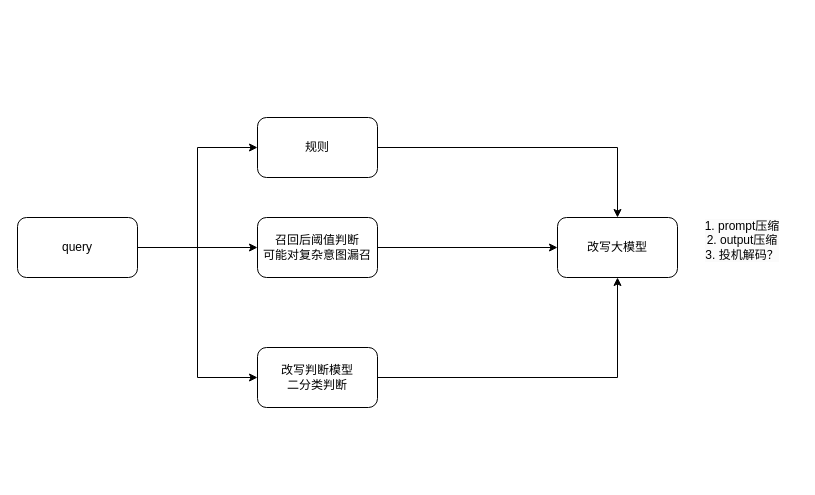
The draw.io diagram rag.drawio in xueyouluo/drawio-repo, before the edit. Source tidied: cells renumbered, new cells numbered last; positions are measured from the earlier drawing's top-left corner, leaving out a move shared by most shapes. Both pictures are drawn from the tidied source at 100%, with x=0, y=0 at pixel (17, 117).
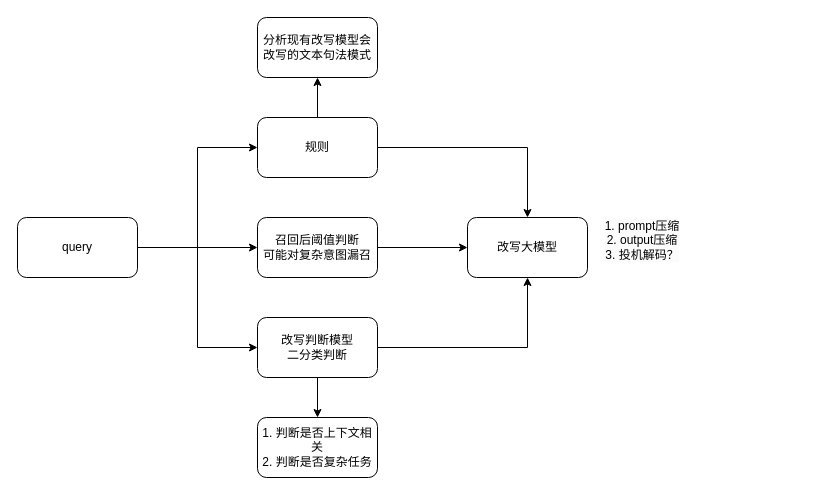
After the change.

Diff of the diagram source:
```diff
@@
 <mxGraphModel>
   <root>
     <mxCell id="0" />
     <mxCell id="1" parent="0" />
     <mxCell id="2" style="edgeStyle=orthogonalEdgeStyle;rounded=0;jettySize=auto;html=1;entryX=0;entryY=0.5;entryDx=0;entryDy=0;" parent="1" edge="1" source="5" target="8">
       <mxGeometry relative="1" as="geometry" />
     </mxCell>
     <mxCell id="3" style="edgeStyle=orthogonalEdgeStyle;rounded=0;jettySize=auto;html=1;" parent="1" edge="1" source="5" target="11">
       <mxGeometry relative="1" as="geometry" />
     </mxCell>
     <mxCell id="4" style="edgeStyle=orthogonalEdgeStyle;rounded=0;jettySize=auto;html=1;" parent="1" edge="1" source="5" target="13">
       <mxGeometry relative="1" as="geometry">
         <Array as="points">
           <mxPoint x="180" y="130" />
           <mxPoint x="180" y="30" />
         </Array>
       </mxGeometry>
     </mxCell>
     <mxCell id="5" value="query" style="rounded=1;whiteSpace=wrap;html=1;" parent="1" vertex="1">
       <mxGeometry y="100" width="120" height="60" as="geometry" />
     </mxCell>
     <mxCell id="6" value="改写大模型" style="whiteSpace=wrap;html=1;rounded=1;" parent="1" vertex="1">
-      <mxGeometry x="540" y="100" width="120" height="60" as="geometry" />
+      <mxGeometry x="450" y="100" width="120" height="60" as="geometry" />
     </mxCell>
     <mxCell id="7" style="edgeStyle=orthogonalEdgeStyle;rounded=0;jettySize=auto;html=1;entryX=0.5;entryY=1;entryDx=0;entryDy=0;" parent="1" edge="1" source="8" target="6">
       <mxGeometry relative="1" as="geometry" />
     </mxCell>
+    <mxCell id="14" style="edgeStyle=orthogonalEdgeStyle;rounded=0;jettySize=auto;html=1;" parent="1" edge="1" source="8" target="16">
+      <mxGeometry relative="1" as="geometry" />
+    </mxCell>
     <mxCell id="8" value="改写判断模型&lt;div&gt;二分类判断&lt;/div&gt;" style="rounded=1;whiteSpace=wrap;html=1;" parent="1" vertex="1">
-      <mxGeometry x="240" y="230" width="120" height="60" as="geometry" />
+      <mxGeometry x="240" y="200" width="120" height="60" as="geometry" />
     </mxCell>
     <mxCell id="9" value="&#10;&lt;span style=&quot;color: rgb(0, 0, 0); font-family: Helvetica; font-size: 12px; font-style: normal; font-variant-ligatures: normal; font-variant-caps: normal; font-weight: 400; letter-spacing: normal; orphans: 2; text-align: center; text-indent: 0px; text-transform: none; widows: 2; word-spacing: 0px; -webkit-text-stroke-width: 0px; white-space: normal; background-color: rgb(251, 251, 251); text-decoration-thickness: initial; text-decoration-style: initial; text-decoration-color: initial; display: inline !important; float: none;&quot;&gt;1. prompt压缩&lt;/span&gt;&lt;div style=&quot;forced-color-adjust: none; color: rgb(0, 0, 0); font-family: Helvetica; font-size: 12px; font-style: normal; font-variant-ligatures: normal; font-variant-caps: normal; font-weight: 400; letter-spacing: normal; orphans: 2; text-align: center; text-indent: 0px; text-transform: none; widows: 2; word-spacing: 0px; -webkit-text-stroke-width: 0px; white-space: normal; background-color: rgb(251, 251, 251); text-decoration-thickness: initial; text-decoration-style: initial; text-decoration-color: initial;&quot;&gt;2. output压缩&lt;/div&gt;&lt;div style=&quot;forced-color-adjust: none; color: rgb(0, 0, 0); font-family: Helvetica; font-size: 12px; font-style: normal; font-variant-ligatures: normal; font-variant-caps: normal; font-weight: 400; letter-spacing: normal; orphans: 2; text-align: center; text-indent: 0px; text-transform: none; widows: 2; word-spacing: 0px; -webkit-text-stroke-width: 0px; white-space: normal; background-color: rgb(251, 251, 251); text-decoration-thickness: initial; text-decoration-style: initial; text-decoration-color: initial;&quot;&gt;3. 投机解码？&lt;/div&gt;&#10;&#10;" style="text;html=1;align=center;verticalAlign=middle;whiteSpace=wrap;rounded=0;" parent="1" vertex="1">
-      <mxGeometry x="670" y="115" width="110" height="30" as="geometry" />
+      <mxGeometry x="570" y="115" width="110" height="30" as="geometry" />
     </mxCell>
     <mxCell id="10" style="edgeStyle=orthogonalEdgeStyle;rounded=0;jettySize=auto;html=1;" parent="1" edge="1" source="11" target="6">
       <mxGeometry relative="1" as="geometry" />
     </mxCell>
     <mxCell id="11" value="召回后阈值判断&lt;div&gt;可能对复杂意图漏召&lt;/div&gt;" style="rounded=1;whiteSpace=wrap;html=1;" parent="1" vertex="1">
       <mxGeometry x="240" y="100" width="120" height="60" as="geometry" />
     </mxCell>
     <mxCell id="12" style="edgeStyle=orthogonalEdgeStyle;rounded=0;jettySize=auto;html=1;" parent="1" edge="1" source="13" target="6">
       <mxGeometry relative="1" as="geometry" />
     </mxCell>
+    <mxCell id="15" style="edgeStyle=orthogonalEdgeStyle;rounded=0;jettySize=auto;html=1;" parent="1" edge="1" source="13" target="17">
+      <mxGeometry relative="1" as="geometry" />
+    </mxCell>
     <mxCell id="13" value="规则" style="rounded=1;whiteSpace=wrap;html=1;" parent="1" vertex="1">
       <mxGeometry x="240" width="120" height="60" as="geometry" />
     </mxCell>
+    <mxCell id="16" value="1. 判断是否上下文相关&lt;div&gt;2. 判断是否复杂任务&lt;/div&gt;" style="whiteSpace=wrap;html=1;rounded=1;" parent="1" vertex="1">
+      <mxGeometry x="240" y="300" width="120" height="60" as="geometry" />
+    </mxCell>
+    <mxCell id="17" value="分析现有改写模型会改写的文本句法模式" style="whiteSpace=wrap;html=1;rounded=1;" parent="1" vertex="1">
+      <mxGeometry x="240" y="-100" width="120" height="60" as="geometry" />
+    </mxCell>
   </root>
 </mxGraphModel>
```
